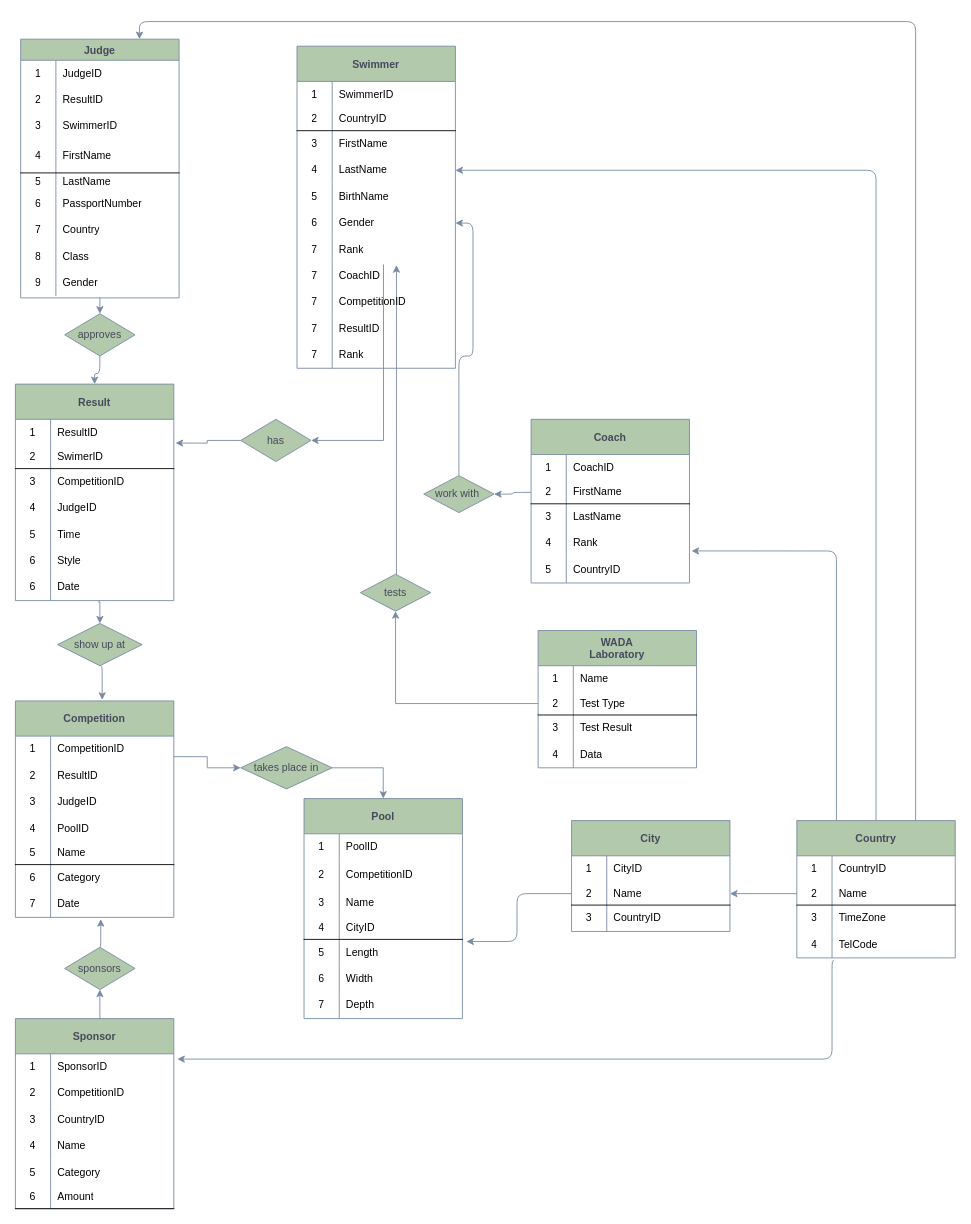
Earlier version of the draw.io diagram page "Conceptual model" (1 of 2) of ConceptandLogic.drawio (kombojiec/education-database). Source tidied: cells renumbered, new cells numbered last; positions are measured from the earlier drawing's top-left corner, leaving out a move shared by most shapes. Both pictures are drawn from the tidied source at 88%, with x=0, y=0 at pixel (15, 39).
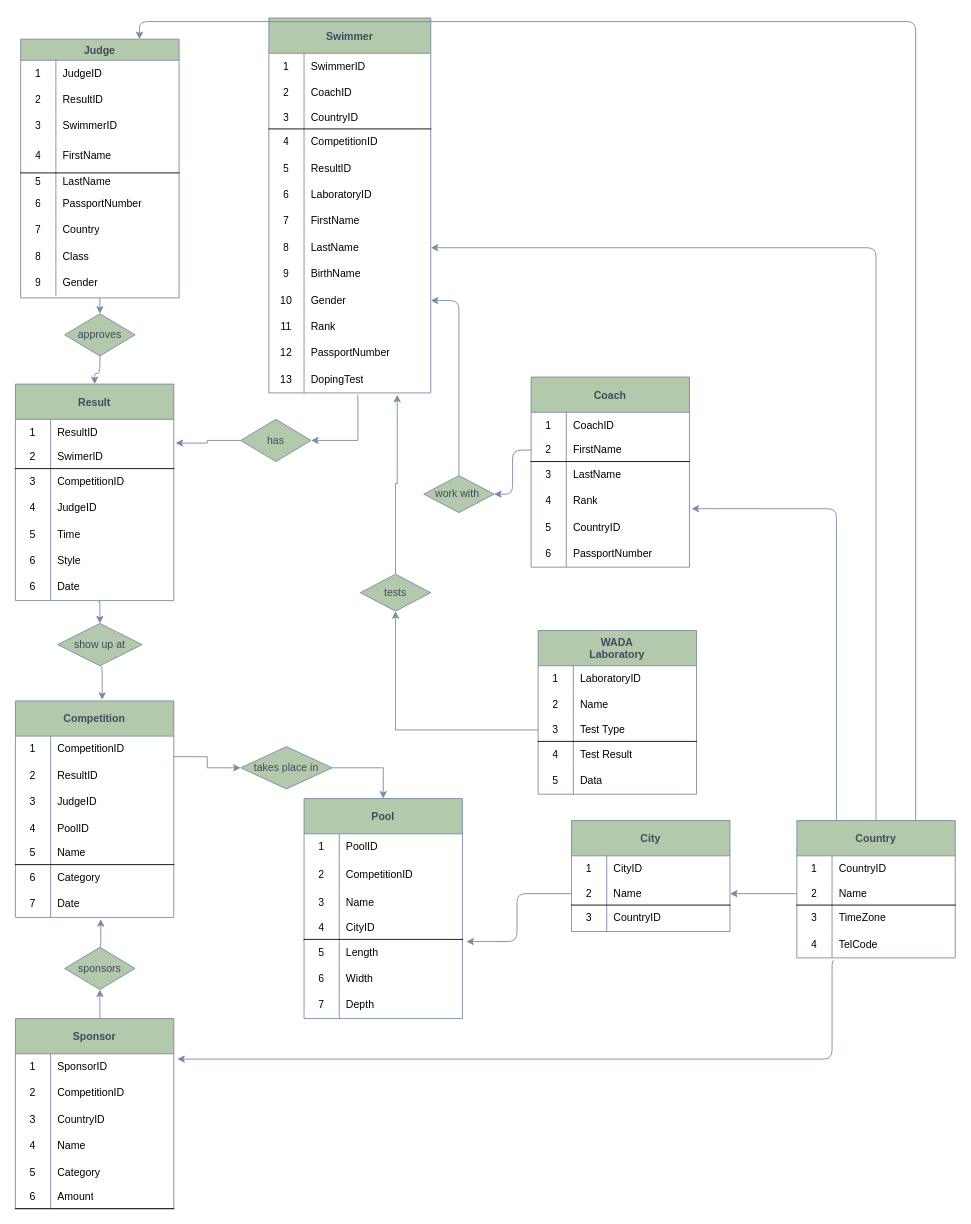
The same page after the edit.

Unchanged cells that the change refers to:
```xml
<mxCell id="7" value="has" style="rhombus;whiteSpace=wrap;html=1;fillColor=#B2C9AB;strokeColor=#788AA3;fontColor=#46495D;" parent="1" vertex="1">
  <mxGeometry x="256" y="432" width="80" height="48" as="geometry" />
</mxCell>
<mxCell id="20" value="tests" style="rhombus;whiteSpace=wrap;html=1;fillColor=#B2C9AB;strokeColor=#788AA3;fontColor=#46495D;" parent="1" vertex="1">
  <mxGeometry x="392" y="608" width="80" height="42" as="geometry" />
</mxCell>
```

Change to the diagram source:
```diff
@@
-    <mxCell id="4" style="edgeStyle=orthogonalEdgeStyle;rounded=0;jettySize=auto;html=1;entryX=1;entryY=0.5;entryDx=0;entryDy=0;strokeColor=#788AA3;fontColor=#46495D;exitX=0.546;exitY=1.062;exitDx=0;exitDy=0;exitPerimeter=0;" parent="1" edge="1" source="91" target="7">
+    <mxCell id="4" style="edgeStyle=orthogonalEdgeStyle;rounded=0;jettySize=auto;html=1;entryX=1;entryY=0.5;entryDx=0;entryDy=0;strokeColor=#788AA3;fontColor=#46495D;exitX=0.55;exitY=1.073;exitDx=0;exitDy=0;exitPerimeter=0;" parent="1" edge="1" source="234" target="7">
       <mxGeometry relative="1" as="geometry">
         <Array as="points">
-          <mxPoint x="418" y="456" />
+          <mxPoint x="389" y="456" />
         </Array>
       </mxGeometry>
     </mxCell>
@@
-    <mxCell id="19" style="edgeStyle=orthogonalEdgeStyle;rounded=0;jettySize=auto;html=1;strokeColor=#788AA3;fontColor=#46495D;entryX=0.628;entryY=1.095;entryDx=0;entryDy=0;entryPerimeter=0;" parent="1" edge="1" source="20" target="91">
+    <mxCell id="19" style="edgeStyle=orthogonalEdgeStyle;rounded=0;jettySize=auto;html=1;strokeColor=#788AA3;fontColor=#46495D;entryX=0.793;entryY=1.073;entryDx=0;entryDy=0;entryPerimeter=0;" parent="1" edge="1" source="20" target="234">
       <mxGeometry relative="1" as="geometry">
         <Array as="points">
-          <mxPoint x="433" y="568" />
-          <mxPoint x="433" y="568" />
+          <mxPoint x="432" y="505" />
+          <mxPoint x="434" y="505" />
         </Array>
       </mxGeometry>
     </mxCell>
@@
     <mxCell id="72" value="Swimmer" style="shape=table;startSize=40;childLayout=tableLayout;rowLines=0;fontStyle=1;align=center;rounded=0;sketch=0;fontColor=#46495D;strokeColor=#788AA3;fillColor=#B2C9AB;" parent="1" vertex="1">
-      <mxGeometry x="320" y="8" width="180" height="366" as="geometry" />
+      <mxGeometry x="288" y="-24" width="184" height="426" as="geometry" />
     </mxCell>
     <mxCell id="73" style="shape=partialRectangle;html=1;whiteSpace=wrap;fillColor=none;top=0;left=0;bottom=0;right=0;" parent="72" vertex="1">
-      <mxGeometry y="40" width="180" height="30" as="geometry" />
+      <mxGeometry y="40" width="184" height="30" as="geometry" />
     </mxCell>
@@
     <mxCell id="75" value="SwimmerID" style="shape=partialRectangle;html=1;whiteSpace=wrap;fillColor=none;top=0;left=0;bottom=0;right=0;align=left;spacingLeft=6;overflow=hidden;" parent="73" vertex="1">
-      <mxGeometry x="40" width="140" height="30" as="geometry" />
+      <mxGeometry x="40" width="144" height="30" as="geometry" />
     </mxCell>
+    <mxCell id="94" style="shape=partialRectangle;html=1;whiteSpace=wrap;fillColor=none;top=0;left=0;bottom=0;right=0;" parent="72" vertex="1">
+      <mxGeometry y="70" width="184" height="30" as="geometry" />
+    </mxCell>
+    <mxCell id="95" value="2" style="shape=partialRectangle;html=1;whiteSpace=wrap;fillColor=none;top=0;left=0;bottom=0;right=0;overflow=hidden;" parent="94" vertex="1">
+      <mxGeometry width="40" height="30" as="geometry" />
+    </mxCell>
+    <mxCell id="96" value="CoachID" style="shape=partialRectangle;html=1;whiteSpace=wrap;fillColor=none;top=0;left=0;bottom=0;right=0;align=left;spacingLeft=6;overflow=hidden;" parent="94" vertex="1">
+      <mxGeometry x="40" width="144" height="30" as="geometry" />
+    </mxCell>
     <mxCell id="76" style="shape=partialRectangle;html=1;whiteSpace=wrap;fillColor=none;top=0;left=0;bottom=1;right=0;" parent="72" vertex="1">
-      <mxGeometry y="70" width="180" height="26" as="geometry" />
+      <mxGeometry y="100" width="184" height="26" as="geometry" />
     </mxCell>
-    <mxCell id="77" value="2" style="shape=partialRectangle;html=1;whiteSpace=wrap;fillColor=none;top=0;left=0;bottom=0;right=0;overflow=hidden;" parent="76" vertex="1">
+    <mxCell id="77" value="3" style="shape=partialRectangle;html=1;whiteSpace=wrap;fillColor=none;top=0;left=0;bottom=0;right=0;overflow=hidden;" parent="76" vertex="1">
       <mxGeometry width="40" height="26" as="geometry" />
     </mxCell>
     <mxCell id="78" value="CountryID" style="shape=partialRectangle;html=1;whiteSpace=wrap;fillColor=none;top=0;left=0;bottom=0;right=0;align=left;spacingLeft=6;overflow=hidden;" parent="76" vertex="1">
-      <mxGeometry x="40" width="140" height="26" as="geometry" />
+      <mxGeometry x="40" width="144" height="26" as="geometry" />
     </mxCell>
+    <mxCell id="97" style="shape=partialRectangle;html=1;whiteSpace=wrap;fillColor=none;top=0;left=0;bottom=0;right=0;" parent="72" vertex="1">
+      <mxGeometry y="126" width="184" height="30" as="geometry" />
+    </mxCell>
+    <mxCell id="98" value="4" style="shape=partialRectangle;html=1;whiteSpace=wrap;fillColor=none;top=0;left=0;bottom=0;right=0;overflow=hidden;" parent="97" vertex="1">
+      <mxGeometry width="40" height="30" as="geometry" />
+    </mxCell>
+    <mxCell id="99" value="CompetitionID" style="shape=partialRectangle;html=1;whiteSpace=wrap;fillColor=none;top=0;left=0;bottom=0;right=0;align=left;spacingLeft=6;overflow=hidden;" parent="97" vertex="1">
+      <mxGeometry x="40" width="144" height="30" as="geometry" />
+    </mxCell>
+    <mxCell id="100" style="shape=partialRectangle;html=1;whiteSpace=wrap;fillColor=none;top=0;left=0;bottom=0;right=0;" parent="72" vertex="1">
+      <mxGeometry y="156" width="184" height="30" as="geometry" />
+    </mxCell>
+    <mxCell id="101" value="5" style="shape=partialRectangle;html=1;whiteSpace=wrap;fillColor=none;top=0;left=0;bottom=0;right=0;overflow=hidden;" parent="100" vertex="1">
+      <mxGeometry width="40" height="30" as="geometry" />
+    </mxCell>
+    <mxCell id="102" value="ResultID" style="shape=partialRectangle;html=1;whiteSpace=wrap;fillColor=none;top=0;left=0;bottom=0;right=0;align=left;spacingLeft=6;overflow=hidden;" parent="100" vertex="1">
+      <mxGeometry x="40" width="144" height="30" as="geometry" />
+    </mxCell>
+    <mxCell id="228" style="shape=partialRectangle;html=1;whiteSpace=wrap;fillColor=none;top=0;left=0;bottom=0;right=0;" parent="72" vertex="1">
+      <mxGeometry y="186" width="184" height="30" as="geometry" />
+    </mxCell>
+    <mxCell id="229" value="6" style="shape=partialRectangle;html=1;whiteSpace=wrap;fillColor=none;top=0;left=0;bottom=0;right=0;overflow=hidden;" parent="228" vertex="1">
+      <mxGeometry width="40" height="30" as="geometry" />
+    </mxCell>
+    <mxCell id="230" value="LaboratoryID" style="shape=partialRectangle;html=1;whiteSpace=wrap;fillColor=none;top=0;left=0;bottom=0;right=0;align=left;spacingLeft=6;overflow=hidden;" parent="228" vertex="1">
+      <mxGeometry x="40" width="144" height="30" as="geometry" />
+    </mxCell>
     <mxCell id="79" style="shape=partialRectangle;html=1;whiteSpace=wrap;fillColor=none;top=0;left=0;bottom=0;right=0;" parent="72" vertex="1">
-      <mxGeometry y="96" width="180" height="30" as="geometry" />
+      <mxGeometry y="216" width="184" height="30" as="geometry" />
     </mxCell>
-    <mxCell id="80" value="3" style="shape=partialRectangle;html=1;whiteSpace=wrap;fillColor=none;top=0;left=0;bottom=0;right=0;overflow=hidden;" parent="79" vertex="1">
+    <mxCell id="80" value="7" style="shape=partialRectangle;html=1;whiteSpace=wrap;fillColor=none;top=0;left=0;bottom=0;right=0;overflow=hidden;" parent="79" vertex="1">
       <mxGeometry width="40" height="30" as="geometry" />
     </mxCell>
     <mxCell id="81" value="FirstName" style="shape=partialRectangle;html=1;whiteSpace=wrap;fillColor=none;top=0;left=0;bottom=0;right=0;align=left;spacingLeft=6;overflow=hidden;" parent="79" vertex="1">
-      <mxGeometry x="40" width="140" height="30" as="geometry" />
+      <mxGeometry x="40" width="144" height="30" as="geometry" />
     </mxCell>
     <mxCell id="82" style="shape=partialRectangle;html=1;whiteSpace=wrap;fillColor=none;top=0;left=0;bottom=0;right=0;points=[[0,0.5],[1,0.5]];portConstraint=eastwest;" parent="72" vertex="1">
-      <mxGeometry y="126" width="180" height="30" as="geometry" />
+      <mxGeometry y="246" width="184" height="30" as="geometry" />
     </mxCell>
-    <mxCell id="83" value="4" style="shape=partialRectangle;html=1;whiteSpace=wrap;fillColor=none;top=0;left=0;bottom=0;right=0;overflow=hidden;" parent="82" vertex="1">
+    <mxCell id="83" value="8" style="shape=partialRectangle;html=1;whiteSpace=wrap;fillColor=none;top=0;left=0;bottom=0;right=0;overflow=hidden;" parent="82" vertex="1">
       <mxGeometry width="40" height="30" as="geometry" />
     </mxCell>
     <mxCell id="84" value="LastName" style="shape=partialRectangle;html=1;whiteSpace=wrap;fillColor=none;top=0;left=0;bottom=0;right=0;align=left;spacingLeft=6;overflow=hidden;" parent="82" vertex="1">
-      <mxGeometry x="40" width="140" height="30" as="geometry" />
+      <mxGeometry x="40" width="144" height="30" as="geometry" />
     </mxCell>
     <mxCell id="85" style="shape=partialRectangle;html=1;whiteSpace=wrap;fillColor=none;top=0;left=0;bottom=0;right=0;" parent="72" vertex="1">
-      <mxGeometry y="156" width="180" height="30" as="geometry" />
+      <mxGeometry y="276" width="184" height="30" as="geometry" />
     </mxCell>
-    <mxCell id="86" value="5" style="shape=partialRectangle;html=1;whiteSpace=wrap;fillColor=none;top=0;left=0;bottom=0;right=0;overflow=hidden;" parent="85" vertex="1">
+    <mxCell id="86" value="9" style="shape=partialRectangle;html=1;whiteSpace=wrap;fillColor=none;top=0;left=0;bottom=0;right=0;overflow=hidden;" parent="85" vertex="1">
       <mxGeometry width="40" height="30" as="geometry" />
     </mxCell>
     <mxCell id="87" value="BirthName" style="shape=partialRectangle;html=1;whiteSpace=wrap;fillColor=none;top=0;left=0;bottom=0;right=0;align=left;spacingLeft=6;overflow=hidden;" parent="85" vertex="1">
-      <mxGeometry x="40" width="140" height="30" as="geometry" />
+      <mxGeometry x="40" width="144" height="30" as="geometry" />
     </mxCell>
     <mxCell id="88" style="shape=partialRectangle;html=1;whiteSpace=wrap;fillColor=none;top=0;left=0;bottom=0;right=0;points=[[0,0.5],[1,0.5]];portConstraint=eastwest;" parent="72" vertex="1">
-      <mxGeometry y="186" width="180" height="30" as="geometry" />
+      <mxGeometry y="306" width="184" height="30" as="geometry" />
     </mxCell>
-    <mxCell id="89" value="6" style="shape=partialRectangle;html=1;whiteSpace=wrap;fillColor=none;top=0;left=0;bottom=0;right=0;overflow=hidden;" parent="88" vertex="1">
+    <mxCell id="89" value="10" style="shape=partialRectangle;html=1;whiteSpace=wrap;fillColor=none;top=0;left=0;bottom=0;right=0;overflow=hidden;" parent="88" vertex="1">
       <mxGeometry width="40" height="30" as="geometry" />
     </mxCell>
     <mxCell id="90" value="Gender" style="shape=partialRectangle;html=1;whiteSpace=wrap;fillColor=none;top=0;left=0;bottom=0;right=0;align=left;spacingLeft=6;overflow=hidden;" parent="88" vertex="1">
-      <mxGeometry x="40" width="140" height="30" as="geometry" />
+      <mxGeometry x="40" width="144" height="30" as="geometry" />
     </mxCell>
     <mxCell id="91" style="shape=partialRectangle;html=1;whiteSpace=wrap;fillColor=none;top=0;left=0;bottom=0;right=0;points=[[0,0.5],[1,0.5]];portConstraint=eastwest;" parent="72" vertex="1">
-      <mxGeometry y="216" width="180" height="30" as="geometry" />
+      <mxGeometry y="336" width="184" height="30" as="geometry" />
     </mxCell>
-    <mxCell id="92" value="7" style="shape=partialRectangle;html=1;whiteSpace=wrap;fillColor=none;top=0;left=0;bottom=0;right=0;overflow=hidden;" parent="91" vertex="1">
+    <mxCell id="92" value="11" style="shape=partialRectangle;html=1;whiteSpace=wrap;fillColor=none;top=0;left=0;bottom=0;right=0;overflow=hidden;" parent="91" vertex="1">
       <mxGeometry width="40" height="30" as="geometry" />
     </mxCell>
     <mxCell id="93" value="Rank" style="shape=partialRectangle;html=1;whiteSpace=wrap;fillColor=none;top=0;left=0;bottom=0;right=0;align=left;spacingLeft=6;overflow=hidden;" parent="91" vertex="1">
-      <mxGeometry x="40" width="140" height="30" as="geometry" />
+      <mxGeometry x="40" width="144" height="30" as="geometry" />
     </mxCell>
-    <mxCell id="94" style="shape=partialRectangle;html=1;whiteSpace=wrap;fillColor=none;top=0;left=0;bottom=0;right=0;" parent="72" vertex="1">
-      <mxGeometry y="246" width="180" height="30" as="geometry" />
-    </mxCell>
-    <mxCell id="95" value="7" style="shape=partialRectangle;html=1;whiteSpace=wrap;fillColor=none;top=0;left=0;bottom=0;right=0;overflow=hidden;" parent="94" vertex="1">
-      <mxGeometry width="40" height="30" as="geometry" />
-    </mxCell>
-    <mxCell id="96" value="CoachID" style="shape=partialRectangle;html=1;whiteSpace=wrap;fillColor=none;top=0;left=0;bottom=0;right=0;align=left;spacingLeft=6;overflow=hidden;" parent="94" vertex="1">
-      <mxGeometry x="40" width="140" height="30" as="geometry" />
-    </mxCell>
-    <mxCell id="97" style="shape=partialRectangle;html=1;whiteSpace=wrap;fillColor=none;top=0;left=0;bottom=0;right=0;" parent="72" vertex="1">
-      <mxGeometry y="276" width="180" height="30" as="geometry" />
-    </mxCell>
-    <mxCell id="98" value="7" style="shape=partialRectangle;html=1;whiteSpace=wrap;fillColor=none;top=0;left=0;bottom=0;right=0;overflow=hidden;" parent="97" vertex="1">
-      <mxGeometry width="40" height="30" as="geometry" />
-    </mxCell>
-    <mxCell id="99" value="CompetitionID" style="shape=partialRectangle;html=1;whiteSpace=wrap;fillColor=none;top=0;left=0;bottom=0;right=0;align=left;spacingLeft=6;overflow=hidden;" parent="97" vertex="1">
-      <mxGeometry x="40" width="140" height="30" as="geometry" />
-    </mxCell>
-    <mxCell id="100" style="shape=partialRectangle;html=1;whiteSpace=wrap;fillColor=none;top=0;left=0;bottom=0;right=0;" parent="72" vertex="1">
-      <mxGeometry y="306" width="180" height="30" as="geometry" />
-    </mxCell>
-    <mxCell id="101" value="7" style="shape=partialRectangle;html=1;whiteSpace=wrap;fillColor=none;top=0;left=0;bottom=0;right=0;overflow=hidden;" parent="100" vertex="1">
-      <mxGeometry width="40" height="30" as="geometry" />
-    </mxCell>
-    <mxCell id="102" value="ResultID" style="shape=partialRectangle;html=1;whiteSpace=wrap;fillColor=none;top=0;left=0;bottom=0;right=0;align=left;spacingLeft=6;overflow=hidden;" parent="100" vertex="1">
-      <mxGeometry x="40" width="140" height="30" as="geometry" />
-    </mxCell>
-    <mxCell id="103" style="shape=partialRectangle;html=1;whiteSpace=wrap;fillColor=none;top=0;left=0;bottom=0;right=0;" parent="72" vertex="1">
-      <mxGeometry y="336" width="180" height="30" as="geometry" />
-    </mxCell>
-    <mxCell id="104" value="7" style="shape=partialRectangle;html=1;whiteSpace=wrap;fillColor=none;top=0;left=0;bottom=0;right=0;overflow=hidden;" parent="103" vertex="1">
-      <mxGeometry width="40" height="30" as="geometry" />
-    </mxCell>
-    <mxCell id="105" value="Rank" style="shape=partialRectangle;html=1;whiteSpace=wrap;fillColor=none;top=0;left=0;bottom=0;right=0;align=left;spacingLeft=6;overflow=hidden;" parent="103" vertex="1">
-      <mxGeometry x="40" width="140" height="30" as="geometry" />
-    </mxCell>
+    <mxCell id="231" style="shape=partialRectangle;html=1;whiteSpace=wrap;fillColor=none;top=0;left=0;bottom=0;right=0;" parent="72" vertex="1">
+      <mxGeometry y="366" width="184" height="30" as="geometry" />
+    </mxCell>
+    <mxCell id="232" value="12" style="shape=partialRectangle;html=1;whiteSpace=wrap;fillColor=none;top=0;left=0;bottom=0;right=0;overflow=hidden;" parent="231" vertex="1">
+      <mxGeometry width="40" height="30" as="geometry" />
+    </mxCell>
+    <mxCell id="233" value="PassportNumber" style="shape=partialRectangle;html=1;whiteSpace=wrap;fillColor=none;top=0;left=0;bottom=0;right=0;align=left;spacingLeft=6;overflow=hidden;" parent="231" vertex="1">
+      <mxGeometry x="40" width="144" height="30" as="geometry" />
+    </mxCell>
+    <mxCell id="234" style="shape=partialRectangle;html=1;whiteSpace=wrap;fillColor=none;top=0;left=0;bottom=0;right=0;points=[[0,0.5],[1,0.5]];portConstraint=eastwest;" parent="72" vertex="1">
+      <mxGeometry y="396" width="184" height="30" as="geometry" />
+    </mxCell>
+    <mxCell id="235" value="13" style="shape=partialRectangle;html=1;whiteSpace=wrap;fillColor=none;top=0;left=0;bottom=0;right=0;overflow=hidden;" parent="234" vertex="1">
+      <mxGeometry width="40" height="30" as="geometry" />
+    </mxCell>
+    <mxCell id="236" value="DopingTest" style="shape=partialRectangle;html=1;whiteSpace=wrap;fillColor=none;top=0;left=0;bottom=0;right=0;align=left;spacingLeft=6;overflow=hidden;" parent="234" vertex="1">
+      <mxGeometry x="40" width="144" height="30" as="geometry" />
+    </mxCell>
@@
     <mxCell id="169" value="Coach" style="shape=table;startSize=40;childLayout=tableLayout;rowLines=0;fontStyle=1;align=center;rounded=0;sketch=0;fontColor=#46495D;strokeColor=#788AA3;fillColor=#B2C9AB;" parent="1" vertex="1">
-      <mxGeometry x="586" y="432" width="180" height="186" as="geometry" />
+      <mxGeometry x="586" y="384" width="180" height="216" as="geometry" />
     </mxCell>
@@
+    <mxCell id="237" style="shape=partialRectangle;html=1;whiteSpace=wrap;fillColor=none;top=0;left=0;bottom=0;right=0;" parent="169" vertex="1">
+      <mxGeometry y="186" width="180" height="30" as="geometry" />
+    </mxCell>
+    <mxCell id="238" value="6" style="shape=partialRectangle;html=1;whiteSpace=wrap;fillColor=none;top=0;left=0;bottom=0;right=0;overflow=hidden;" parent="237" vertex="1">
+      <mxGeometry width="40" height="30" as="geometry" />
+    </mxCell>
+    <mxCell id="239" value="PassportNumber" style="shape=partialRectangle;html=1;whiteSpace=wrap;fillColor=none;top=0;left=0;bottom=0;right=0;align=left;spacingLeft=6;overflow=hidden;" parent="237" vertex="1">
+      <mxGeometry x="40" width="140" height="30" as="geometry" />
+    </mxCell>
@@
     <mxCell id="186" value="WADA&#10;Laboratory" style="shape=table;startSize=40;childLayout=tableLayout;rowLines=0;fontStyle=1;align=center;rounded=0;sketch=0;fontColor=#46495D;strokeColor=#788AA3;fillColor=#B2C9AB;" parent="1" vertex="1">
-      <mxGeometry x="594" y="672" width="180" height="156" as="geometry" />
+      <mxGeometry x="594" y="672" width="180" height="186" as="geometry" />
     </mxCell>
+    <mxCell id="240" style="shape=partialRectangle;html=1;whiteSpace=wrap;fillColor=none;top=0;left=0;bottom=0;right=0;" parent="186" vertex="1">
+      <mxGeometry y="40" width="180" height="30" as="geometry" />
+    </mxCell>
+    <mxCell id="241" value="1" style="shape=partialRectangle;html=1;whiteSpace=wrap;fillColor=none;top=0;left=0;bottom=0;right=0;overflow=hidden;" parent="240" vertex="1">
+      <mxGeometry width="40" height="30" as="geometry" />
+    </mxCell>
+    <mxCell id="242" value="LaboratoryID" style="shape=partialRectangle;html=1;whiteSpace=wrap;fillColor=none;top=0;left=0;bottom=0;right=0;align=left;spacingLeft=6;overflow=hidden;" parent="240" vertex="1">
+      <mxGeometry x="40" width="140" height="30" as="geometry" />
+    </mxCell>
     <mxCell id="187" style="shape=partialRectangle;html=1;whiteSpace=wrap;fillColor=none;top=0;left=0;bottom=0;right=0;" parent="186" vertex="1">
-      <mxGeometry y="40" width="180" height="30" as="geometry" />
+      <mxGeometry y="70" width="180" height="30" as="geometry" />
     </mxCell>
-    <mxCell id="188" value="1" style="shape=partialRectangle;html=1;whiteSpace=wrap;fillColor=none;top=0;left=0;bottom=0;right=0;overflow=hidden;" parent="187" vertex="1">
+    <mxCell id="188" value="2" style="shape=partialRectangle;html=1;whiteSpace=wrap;fillColor=none;top=0;left=0;bottom=0;right=0;overflow=hidden;" parent="187" vertex="1">
       <mxGeometry width="40" height="30" as="geometry" />
     </mxCell>
@@
     <mxCell id="190" style="shape=partialRectangle;html=1;whiteSpace=wrap;fillColor=none;top=0;left=0;bottom=1;right=0;points=[[0,0.5],[1,0.5]];portConstraint=eastwest;" parent="186" vertex="1">
-      <mxGeometry y="70" width="180" height="26" as="geometry" />
+      <mxGeometry y="100" width="180" height="26" as="geometry" />
     </mxCell>
-    <mxCell id="191" value="2" style="shape=partialRectangle;html=1;whiteSpace=wrap;fillColor=none;top=0;left=0;bottom=0;right=0;overflow=hidden;" parent="190" vertex="1">
+    <mxCell id="191" value="3" style="shape=partialRectangle;html=1;whiteSpace=wrap;fillColor=none;top=0;left=0;bottom=0;right=0;overflow=hidden;" parent="190" vertex="1">
       <mxGeometry width="40" height="26" as="geometry" />
     </mxCell>
@@
     <mxCell id="193" style="shape=partialRectangle;html=1;whiteSpace=wrap;fillColor=none;top=0;left=0;bottom=0;right=0;" parent="186" vertex="1">
-      <mxGeometry y="96" width="180" height="30" as="geometry" />
+      <mxGeometry y="126" width="180" height="30" as="geometry" />
     </mxCell>
-    <mxCell id="194" value="3" style="shape=partialRectangle;html=1;whiteSpace=wrap;fillColor=none;top=0;left=0;bottom=0;right=0;overflow=hidden;" parent="193" vertex="1">
+    <mxCell id="194" value="4" style="shape=partialRectangle;html=1;whiteSpace=wrap;fillColor=none;top=0;left=0;bottom=0;right=0;overflow=hidden;" parent="193" vertex="1">
       <mxGeometry width="40" height="30" as="geometry" />
     </mxCell>
@@
     <mxCell id="196" style="shape=partialRectangle;html=1;whiteSpace=wrap;fillColor=none;top=0;left=0;bottom=0;right=0;" parent="186" vertex="1">
-      <mxGeometry y="126" width="180" height="30" as="geometry" />
+      <mxGeometry y="156" width="180" height="30" as="geometry" />
     </mxCell>
-    <mxCell id="197" value="4" style="shape=partialRectangle;html=1;whiteSpace=wrap;fillColor=none;top=0;left=0;bottom=0;right=0;overflow=hidden;" parent="196" vertex="1">
+    <mxCell id="197" value="5" style="shape=partialRectangle;html=1;whiteSpace=wrap;fillColor=none;top=0;left=0;bottom=0;right=0;overflow=hidden;" parent="196" vertex="1">
       <mxGeometry width="40" height="30" as="geometry" />
     </mxCell>
```
